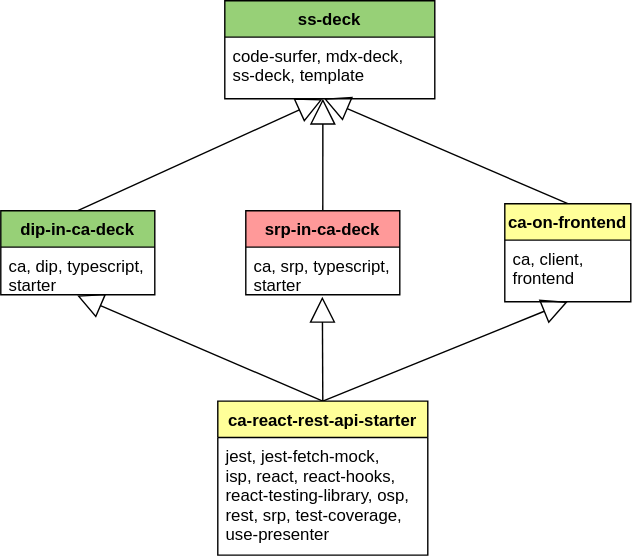
Before: diagrams/ca-parts.svg, a diagram exported from draw.io (softspiders/ca-parts). Source tidied: cells renumbered, new cells last; positions are measured from the earlier drawing's top-left corner, leaving out a move shared by most shapes.
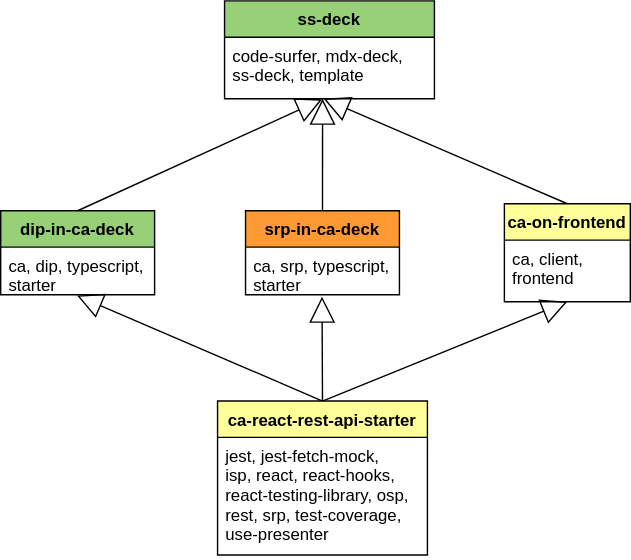
Later version of the same file.

Change to the diagram source:
```diff
@@ -26,7 +26,7 @@
     <mxCell id="9" value="ca, client,&#10;frontend" style="text;strokeColor=none;fillColor=none;align=left;verticalAlign=top;spacingLeft=4;spacingRight=4;overflow=hidden;" parent="8" vertex="1">
       <mxGeometry y="26" width="90" height="44" as="geometry" />
     </mxCell>
-    <mxCell id="10" value="srp-in-ca-deck" style="swimlane;fontStyle=1;horizontal=1;startSize=26;fillColor=#FF9999;" parent="1" vertex="1">
+    <mxCell id="10" value="srp-in-ca-deck" style="swimlane;fontStyle=1;horizontal=1;startSize=26;fillColor=#FF9933;" parent="1" vertex="1">
       <mxGeometry x="175" y="150" width="110" height="60" as="geometry" />
     </mxCell>
     <mxCell id="11" value="ca, srp, typescript,&#10;starter" style="text;strokeColor=none;fillColor=none;align=left;verticalAlign=top;spacingLeft=4;spacingRight=4;overflow=hidden;points=[[0,0.5],[1,0.5]];portConstraint=eastwest;" parent="10" vertex="1">
```
